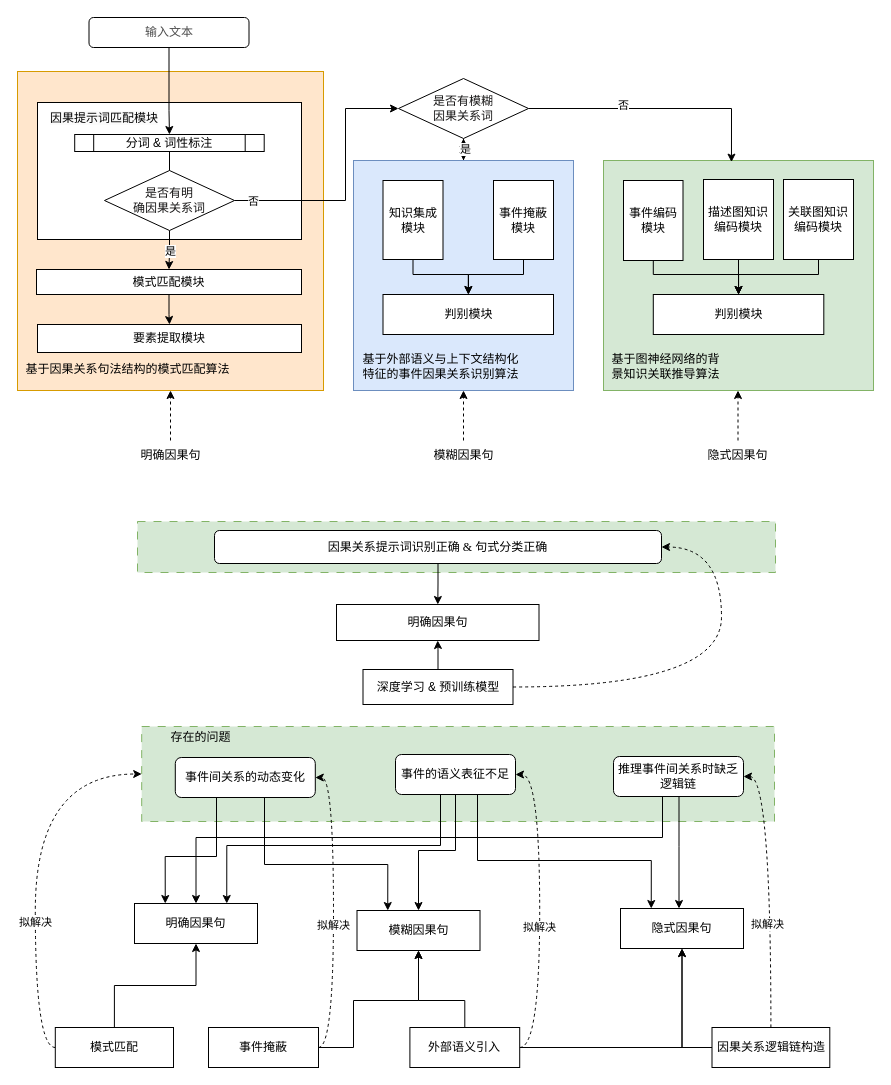
Earlier version of the draw.io diagram page "方案" (1 of 16) of 2.drawio (JiaXinLI98/myProject). Source tidied: cells renumbered, new cells numbered last; positions are measured from the earlier drawing's top-left corner, leaving out a move shared by most shapes. Both pictures are drawn from the tidied source at 100%, with x=0, y=0 at pixel (17, 17).
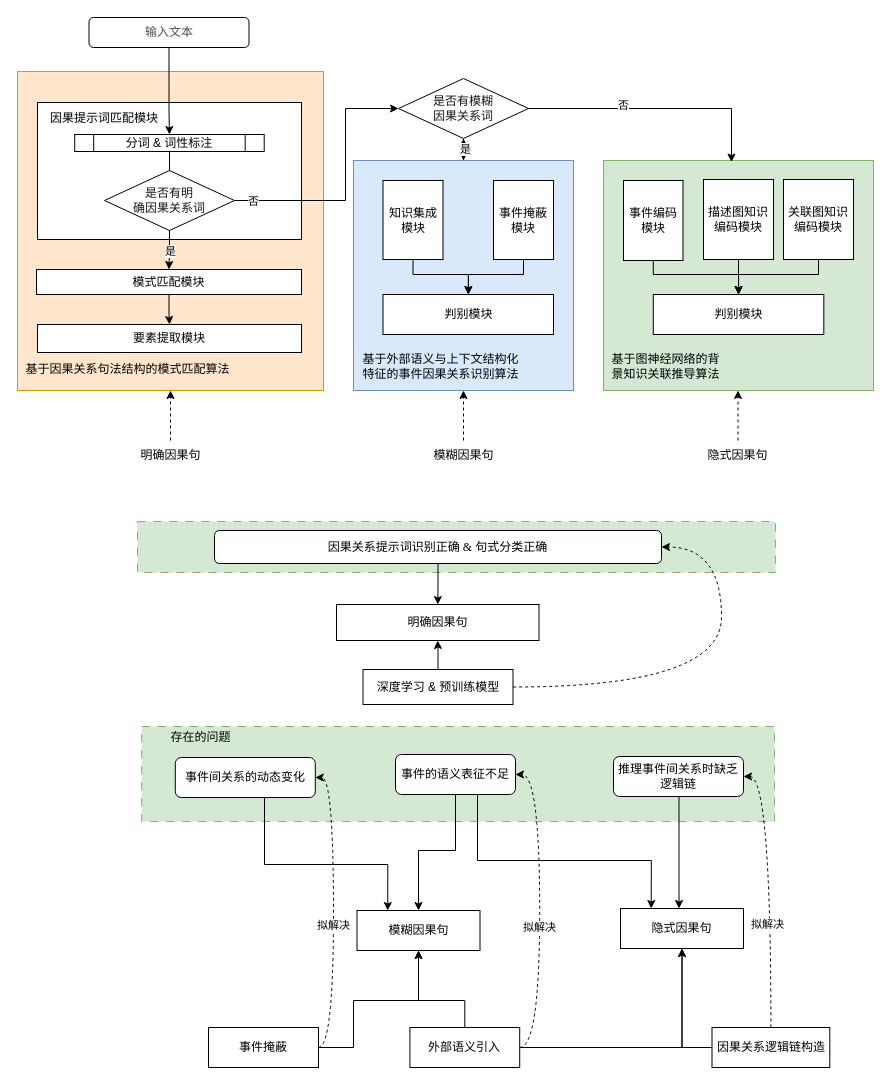
The same diagram, later.

The change refers to these unchanged cells:
```xml
<mxCell id="2" style="rounded=0;whiteSpace=wrap;html=1;fillColor=#d5e8d4;strokeColor=#82b366;dashed=1;dashPattern=8 8;" parent="1" vertex="1">
  <mxGeometry x="124.2" y="709" width="632.8" height="95" as="geometry" />
</mxCell>
<mxCell id="50" value="事件的语义表征不足" style="rounded=1;whiteSpace=wrap;html=1;" parent="1" vertex="1">
  <mxGeometry x="378" y="737" width="120" height="40" as="geometry" />
</mxCell>
<mxCell id="53" value="&lt;p style=&quot;margin: 0pt 0pt 0.0001pt; line-height: 20pt; font-family: &amp;quot;Times New Roman&amp;quot;;&quot; class=&quot;MsoNormal&quot;&gt;事件间关系的动态变化&lt;br&gt;&lt;/p&gt;" style="rounded=1;whiteSpace=wrap;html=1;align=center;" parent="1" vertex="1">
  <mxGeometry x="157.8" y="740" width="140" height="40" as="geometry" />
</mxCell>
<mxCell id="56" value="推理事件间关系时缺乏逻辑链" style="rounded=1;whiteSpace=wrap;html=1;" parent="1" vertex="1">
  <mxGeometry x="596" y="739" width="130" height="40" as="geometry" />
</mxCell>
```

Diff of the diagram source:
```diff
@@
-    <mxCell id="49" style="edgeStyle=orthogonalEdgeStyle;rounded=0;jettySize=auto;html=1;entryX=0.75;entryY=0;entryDx=0;entryDy=0;exitX=0.5;exitY=1;exitDx=0;exitDy=0;" parent="1" edge="1" source="50" target="80">
-      <mxGeometry relative="1" as="geometry">
-        <Array as="points">
-          <mxPoint x="423" y="777" />
-          <mxPoint x="423" y="828" />
-          <mxPoint x="209" y="828" />
-        </Array>
-      </mxGeometry>
-    </mxCell>
@@
-    <mxCell id="52" style="edgeStyle=orthogonalEdgeStyle;rounded=0;jettySize=auto;html=1;entryX=0.25;entryY=0;entryDx=0;entryDy=0;" parent="1" edge="1" source="53" target="80">
-      <mxGeometry relative="1" as="geometry">
-        <Array as="points">
-          <mxPoint x="199" y="839" />
-          <mxPoint x="148" y="839" />
-        </Array>
-      </mxGeometry>
-    </mxCell>
@@
-    <mxCell id="55" style="edgeStyle=orthogonalEdgeStyle;rounded=0;jettySize=auto;html=1;entryX=0.5;entryY=0;entryDx=0;entryDy=0;exitX=0.5;exitY=1;exitDx=0;exitDy=0;" parent="1" edge="1" source="56" target="80">
-      <mxGeometry relative="1" as="geometry">
-        <Array as="points">
-          <mxPoint x="645" y="779" />
-          <mxPoint x="645" y="820" />
-          <mxPoint x="179" y="820" />
-        </Array>
-      </mxGeometry>
-    </mxCell>
@@
-    <mxCell id="80" value="明确因果句" style="rounded=0;whiteSpace=wrap;html=1;" parent="1" vertex="1">
-      <mxGeometry x="117" y="886" width="123" height="40" as="geometry" />
-    </mxCell>
-    <mxCell id="81" style="edgeStyle=orthogonalEdgeStyle;rounded=0;jettySize=auto;html=1;entryX=0;entryY=0.5;entryDx=0;entryDy=0;exitX=0;exitY=0.5;exitDx=0;exitDy=0;curved=1;dashed=1;" parent="1" edge="1" source="84" target="2">
-      <mxGeometry relative="1" as="geometry" />
-    </mxCell>
-    <mxCell id="82" value="拟解决" style="edgeLabel;html=1;align=center;verticalAlign=middle;" parent="81" vertex="1">
-      <mxGeometry x="-0.27" relative="1" as="geometry" />
-    </mxCell>
-    <mxCell id="83" style="edgeStyle=orthogonalEdgeStyle;rounded=0;jettySize=auto;html=1;entryX=0.5;entryY=1;entryDx=0;entryDy=0;" parent="1" edge="1" source="84" target="80">
-      <mxGeometry relative="1" as="geometry" />
-    </mxCell>
-    <mxCell id="84" value="模式匹配" style="rounded=0;whiteSpace=wrap;html=1;" parent="1" vertex="1">
-      <mxGeometry x="37.8" y="1010" width="118.2" height="40" as="geometry" />
-    </mxCell>
```
